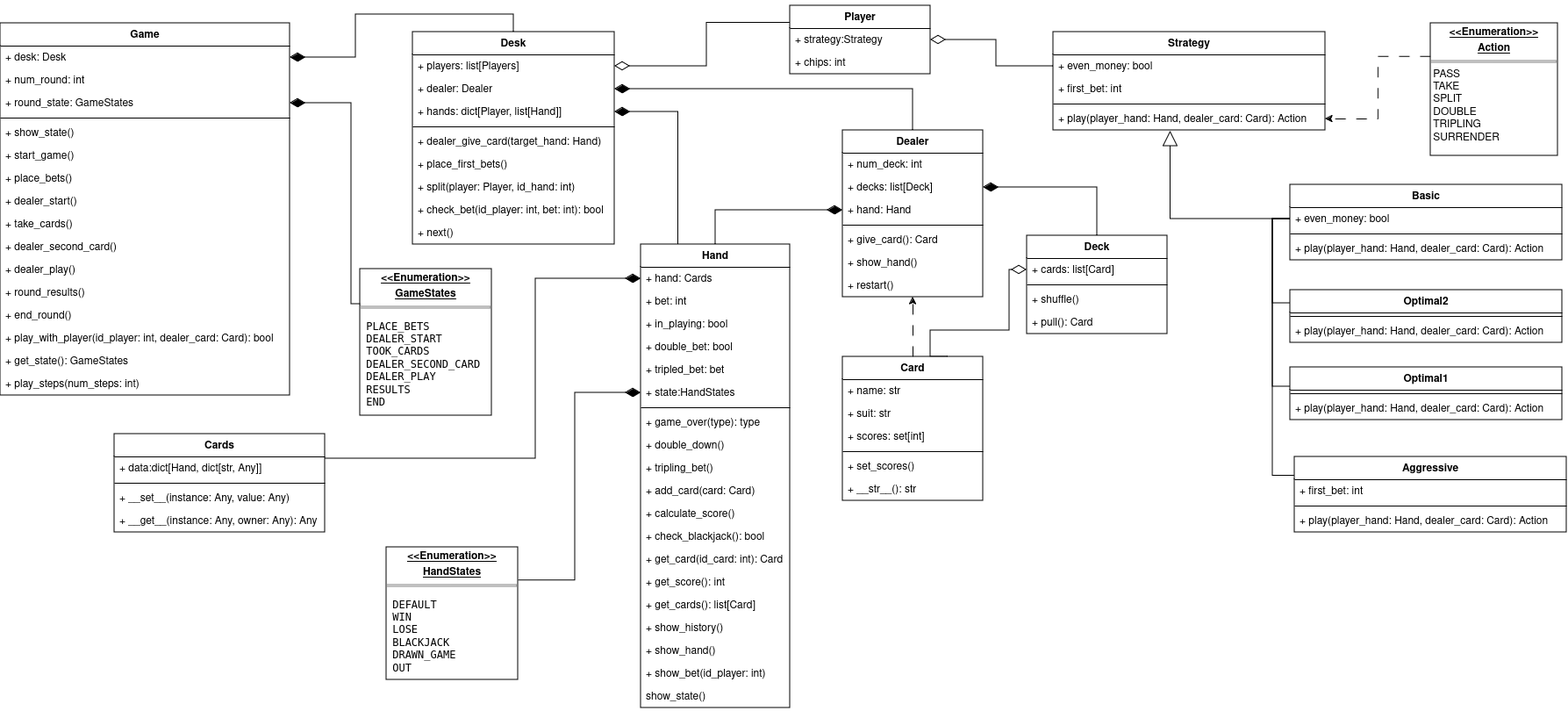
Earlier version of the draw.io export project/game/docs/UML.png (maxscherbakov/spbu-python-course). Source tidied: cells renumbered, new cells last; positions are measured from the earlier drawing's top-left corner, leaving out a move shared by most shapes.
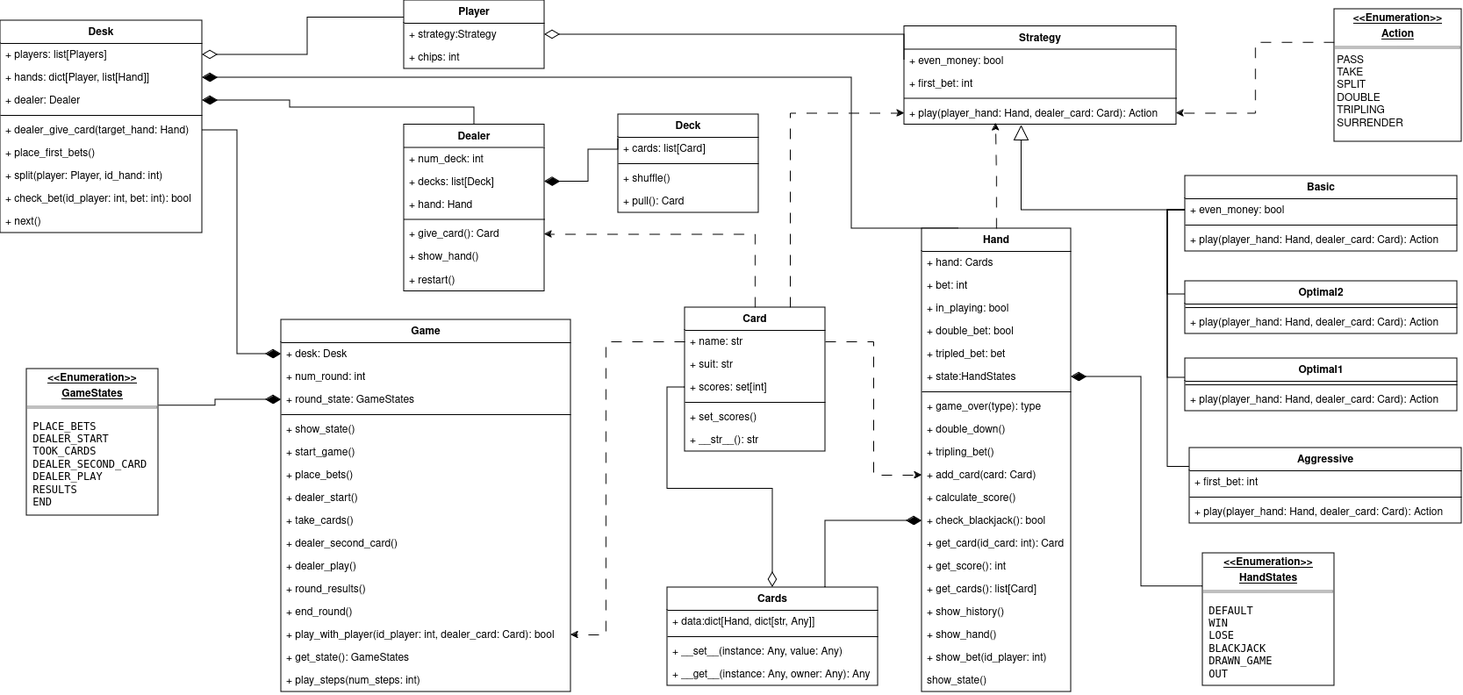
Above is the later version.

Commit message:
fix UML-diagram

The edit, as a diff of the source:
```diff
@@ -5,3 +5,3 @@
     <mxCell id="2" value="Player" style="swimlane;fontStyle=1;align=center;verticalAlign=top;horizontal=1;startSize=26;whiteSpace=wrap;html=1;fontColor=default;" parent="1" vertex="1">
-      <mxGeometry x="900" width="160" height="78" as="geometry" />
+      <mxGeometry x="1060" y="20" width="160" height="78" as="geometry" />
     </mxCell>
@@ -14,6 +14,12 @@
     <mxCell id="5" style="edgeStyle=orthogonalEdgeStyle;rounded=0;jettySize=auto;html=1;exitX=0.5;exitY=0;exitDx=0;exitDy=0;entryX=1;entryY=0.5;entryDx=0;entryDy=0;endArrow=diamondThin;endFill=1;endSize=15;" parent="1" edge="1" source="6" target="72">
-      <mxGeometry relative="1" as="geometry" />
+      <mxGeometry relative="1" as="geometry">
+        <Array as="points">
+          <mxPoint x="1140" y="142" />
+          <mxPoint x="930" y="142" />
+          <mxPoint x="930" y="134" />
+        </Array>
+      </mxGeometry>
     </mxCell>
     <mxCell id="6" value="&lt;div&gt;Dealer&lt;/div&gt;" style="swimlane;fontStyle=1;align=center;verticalAlign=top;horizontal=1;startSize=26;whiteSpace=wrap;html=1;fontColor=default;" parent="1" vertex="1">
-      <mxGeometry x="960" y="142" width="160" height="190" as="geometry" />
+      <mxGeometry x="1060" y="161.5" width="160" height="190" as="geometry" />
     </mxCell>
@@ -41,3 +47,3 @@
     <mxCell id="14" value="Strategy" style="swimlane;fontStyle=1;align=center;verticalAlign=top;horizontal=1;startSize=26;whiteSpace=wrap;html=1;fontColor=default;" parent="1" vertex="1">
-      <mxGeometry x="1200" y="30" width="310" height="112" as="geometry" />
+      <mxGeometry x="1630" y="49.5" width="310" height="112" as="geometry" />
     </mxCell>
@@ -55,12 +61,4 @@
     </mxCell>
-    <mxCell id="19" style="edgeStyle=orthogonalEdgeStyle;rounded=0;jettySize=auto;html=1;exitX=1;exitY=0.25;exitDx=0;exitDy=0;entryX=0;entryY=0.5;entryDx=0;entryDy=0;endArrow=diamondThin;endFill=1;endSize=15;" parent="1" edge="1" source="20" target="49">
-      <mxGeometry relative="1" as="geometry">
-        <Array as="points">
-          <mxPoint x="610" y="516" />
-          <mxPoint x="610" y="311" />
-        </Array>
-      </mxGeometry>
-    </mxCell>
     <mxCell id="20" value="&lt;div&gt;Cards&lt;/div&gt;" style="swimlane;fontStyle=1;align=center;verticalAlign=top;horizontal=1;startSize=26;whiteSpace=wrap;html=1;fontColor=default;" parent="1" vertex="1">
-      <mxGeometry x="130" y="488" width="240" height="112" as="geometry" />
+      <mxGeometry x="1360" y="689" width="240" height="112" as="geometry" />
     </mxCell>
@@ -78,16 +76,10 @@
     </mxCell>
-    <mxCell id="25" style="edgeStyle=orthogonalEdgeStyle;rounded=0;jettySize=auto;html=1;exitX=0.5;exitY=0;exitDx=0;exitDy=0;entryX=0.5;entryY=1;entryDx=0;entryDy=0;dashed=1;dashPattern=12 12;" parent="1" edge="1" source="27" target="6">
+    <mxCell id="25" style="edgeStyle=orthogonalEdgeStyle;rounded=0;jettySize=auto;html=1;exitX=0.5;exitY=0;exitDx=0;exitDy=0;entryX=1;entryY=0.5;entryDx=0;entryDy=0;dashed=1;dashPattern=12 12;" parent="1" edge="1" source="27" target="11">
       <mxGeometry relative="1" as="geometry" />
     </mxCell>
-    <mxCell id="26" style="edgeStyle=orthogonalEdgeStyle;rounded=0;jettySize=auto;html=1;exitX=0.75;exitY=0;exitDx=0;exitDy=0;entryX=0;entryY=0.5;entryDx=0;entryDy=0;endArrow=diamondThin;endFill=0;endSize=15;" parent="1" edge="1" source="27" target="42">
-      <mxGeometry relative="1" as="geometry">
-        <Array as="points">
-          <mxPoint x="1060" y="370" />
-          <mxPoint x="1150" y="370" />
-          <mxPoint x="1150" y="301" />
-        </Array>
-      </mxGeometry>
-    </mxCell>
+    <mxCell id="118" style="edgeStyle=orthogonalEdgeStyle;rounded=0;jettySize=auto;html=1;exitX=0.75;exitY=0;exitDx=0;exitDy=0;entryX=0;entryY=0.5;entryDx=0;entryDy=0;dashed=1;dashPattern=12 12;" parent="1" edge="1" source="27" target="18">
+      <mxGeometry relative="1" as="geometry" />
+    </mxCell>
     <mxCell id="27" value="Card" style="swimlane;fontStyle=1;align=center;verticalAlign=top;horizontal=1;startSize=26;whiteSpace=wrap;html=1;fontColor=default;" parent="1" vertex="1">
-      <mxGeometry x="960" y="400" width="160" height="164" as="geometry" />
+      <mxGeometry x="1380" y="370" width="160" height="164" as="geometry" />
     </mxCell>
@@ -115,5 +107,5 @@
     <mxCell id="35" value="&lt;p style=&quot;margin:0px;margin-top:4px;text-align:center;text-decoration:underline;&quot;&gt;&lt;b&gt;&amp;lt;&amp;lt;Enumeration&amp;gt;&amp;gt;&lt;/b&gt;&lt;/p&gt;&lt;p style=&quot;margin:0px;margin-top:4px;text-align:center;text-decoration:underline;&quot;&gt;&lt;b&gt;Action&lt;/b&gt;&lt;/p&gt;&lt;hr style=&quot;border-style:solid;&quot; size=&quot;1&quot;&gt;&lt;div&gt;&amp;nbsp;PASS &lt;br&gt;&lt;/div&gt;&lt;div&gt;&amp;nbsp;TAKE &lt;br&gt;&lt;/div&gt;&lt;div&gt;&amp;nbsp;SPLIT &lt;br&gt;&lt;/div&gt;&lt;div&gt;&amp;nbsp;DOUBLE &lt;br&gt;&lt;/div&gt;&lt;div&gt;&amp;nbsp;TRIPLING &lt;br&gt;&lt;/div&gt;&lt;div&gt;&amp;nbsp;SURRENDER &lt;br&gt;&lt;/div&gt;" style="verticalAlign=top;align=left;overflow=fill;html=1;whiteSpace=wrap;fontColor=default;" parent="1" vertex="1">
-      <mxGeometry x="1630" y="20" width="145" height="151" as="geometry" />
+      <mxGeometry x="2120" y="30" width="145" height="151" as="geometry" />
     </mxCell>
-    <mxCell id="36" style="edgeStyle=orthogonalEdgeStyle;rounded=0;jettySize=auto;html=1;exitX=1;exitY=0.25;exitDx=0;exitDy=0;entryX=0;entryY=0.5;entryDx=0;entryDy=0;endArrow=diamondThin;endFill=1;endSize=15;" parent="1" edge="1" source="37" target="54">
+    <mxCell id="36" style="edgeStyle=orthogonalEdgeStyle;rounded=0;jettySize=auto;html=1;exitX=0;exitY=0.25;exitDx=0;exitDy=0;entryX=1;entryY=0.5;entryDx=0;entryDy=0;endArrow=diamondThin;endFill=1;endSize=15;" parent="1" edge="1" source="37" target="54">
       <mxGeometry relative="1" as="geometry" />
@@ -121,20 +113,16 @@
     <mxCell id="37" value="&lt;p style=&quot;margin:0px;margin-top:4px;text-align:center;text-decoration:underline;&quot;&gt;&lt;b&gt;&amp;lt;&amp;lt;Enumeration&amp;gt;&amp;gt;&lt;/b&gt;&lt;/p&gt;&lt;p style=&quot;margin:0px;margin-top:4px;text-align:center;text-decoration:underline;&quot;&gt;&lt;b&gt;HandStates&lt;/b&gt;&lt;br&gt;&lt;/p&gt;&lt;hr style=&quot;border-style:solid;&quot; size=&quot;1&quot;&gt;&lt;div style=&quot;&quot;&gt;&lt;pre style=&quot;font-family:'Fira Code',monospace;font-size:11,3pt;&quot;&gt;&lt;font&gt; DEFAULT&lt;br&gt; WIN &lt;br&gt; LOSE&lt;br&gt; BLACKJACK&lt;br&gt; DRAWN_GAME&lt;br&gt; OUT&lt;br&gt;&lt;/font&gt;&lt;/pre&gt;&lt;/div&gt;" style="verticalAlign=top;align=left;overflow=fill;html=1;whiteSpace=wrap;fontColor=default;" parent="1" vertex="1">
-      <mxGeometry x="440" y="617" width="150" height="151" as="geometry" />
+      <mxGeometry x="1970" y="650" width="150" height="151" as="geometry" />
     </mxCell>
-    <mxCell id="38" style="edgeStyle=orthogonalEdgeStyle;rounded=0;jettySize=auto;html=1;exitX=0;exitY=0.25;exitDx=0;exitDy=0;entryX=1;entryY=0.5;entryDx=0;entryDy=0;endArrow=diamondThin;endFill=1;endSize=15;" parent="1" edge="1" source="39" target="83">
-      <mxGeometry relative="1" as="geometry">
-        <Array as="points">
-          <mxPoint x="470" y="340" />
-          <mxPoint x="400" y="340" />
-          <mxPoint x="400" y="111" />
-        </Array>
-      </mxGeometry>
+    <mxCell id="38" style="edgeStyle=orthogonalEdgeStyle;rounded=0;jettySize=auto;html=1;exitX=1;exitY=0.25;exitDx=0;exitDy=0;entryX=0;entryY=0.5;entryDx=0;entryDy=0;endArrow=diamondThin;endFill=1;endSize=15;" parent="1" edge="1" source="39" target="83">
+      <mxGeometry relative="1" as="geometry" />
     </mxCell>
     <mxCell id="39" value="&lt;p style=&quot;margin:0px;margin-top:4px;text-align:center;text-decoration:underline;&quot;&gt;&lt;b&gt;&amp;lt;&amp;lt;Enumeration&amp;gt;&amp;gt;&lt;/b&gt;&lt;/p&gt;&lt;p style=&quot;margin:0px;margin-top:4px;text-align:center;text-decoration:underline;&quot;&gt;&lt;b&gt;GameStates&lt;/b&gt;&lt;br&gt;&lt;/p&gt;&lt;hr style=&quot;border-style:solid;&quot; size=&quot;1&quot;&gt;&lt;div style=&quot;&quot;&gt;&lt;div&gt;&lt;pre style=&quot;font-family:'Fira Code',monospace;font-size:11,3pt;&quot;&gt;&lt;font&gt; PLACE_BETS&lt;br&gt; DEALER_START&lt;br&gt; TOOK_CARDS&lt;br&gt; DEALER_SECOND_CARD&lt;br&gt; DEALER_PLAY&lt;br&gt; RESULTS&lt;br&gt; END&lt;/font&gt;&lt;/pre&gt;&lt;/div&gt;&lt;/div&gt;" style="verticalAlign=top;align=left;overflow=fill;html=1;whiteSpace=wrap;fontColor=default;" parent="1" vertex="1">
-      <mxGeometry x="410" y="300" width="150" height="167" as="geometry" />
+      <mxGeometry x="630" y="440" width="150" height="167" as="geometry" />
     </mxCell>
-    <mxCell id="40" style="edgeStyle=orthogonalEdgeStyle;rounded=0;jettySize=auto;html=1;exitX=0.5;exitY=0;exitDx=0;exitDy=0;endArrow=diamondThin;endFill=1;endSize=15;entryX=1;entryY=0.5;entryDx=0;entryDy=0;" parent="1" edge="1" source="41" target="8">
+    <mxCell id="40" style="edgeStyle=orthogonalEdgeStyle;rounded=0;jettySize=auto;html=1;exitX=0;exitY=0.25;exitDx=0;exitDy=0;endArrow=diamondThin;endFill=1;endSize=15;entryX=1;entryY=0.5;entryDx=0;entryDy=0;" parent="1" edge="1" source="41" target="8">
       <mxGeometry relative="1" as="geometry">
         <Array as="points">
-          <mxPoint x="1250" y="207" />
+          <mxPoint x="1304" y="190" />
+          <mxPoint x="1270" y="190" />
+          <mxPoint x="1270" y="226" />
         </Array>
@@ -142,25 +130,12 @@
     </mxCell>
-    <mxCell id="41" value="Deck" style="swimlane;fontStyle=1;align=center;verticalAlign=top;horizontal=1;startSize=26;whiteSpace=wrap;html=1;fontColor=default;" parent="1" vertex="1">
-      <mxGeometry x="1170" y="262" width="160" height="112" as="geometry" />
-    </mxCell>
-    <mxCell id="42" value="+ cards: list[Card]" style="text;strokeColor=none;fillColor=none;align=left;verticalAlign=top;spacingLeft=4;spacingRight=4;overflow=hidden;points=[[0,0.5],[1,0.5]];portConstraint=eastwest;whiteSpace=wrap;html=1;fontColor=default;" parent="41" vertex="1">
-      <mxGeometry y="26" width="160" height="26" as="geometry" />
-    </mxCell>
-    <mxCell id="43" style="line;strokeWidth=1;fillColor=none;align=left;verticalAlign=middle;spacingTop=-1;spacingLeft=3;spacingRight=3;labelPosition=right;strokeColor=inherit;fontColor=default;" parent="41" vertex="1">
-      <mxGeometry y="52" width="160" height="8" as="geometry" />
-    </mxCell>
-    <mxCell id="44" value="+ shuffle()" style="text;strokeColor=none;fillColor=none;align=left;verticalAlign=top;spacingLeft=4;spacingRight=4;overflow=hidden;whiteSpace=wrap;html=1;fontColor=default;" parent="41" vertex="1">
-      <mxGeometry y="60" width="160" height="26" as="geometry" />
-    </mxCell>
-    <mxCell id="45" value="+ pull(): Card" style="text;strokeColor=none;fillColor=none;align=left;verticalAlign=top;spacingLeft=4;spacingRight=4;overflow=hidden;whiteSpace=wrap;html=1;fontColor=default;" parent="41" vertex="1">
-      <mxGeometry y="86" width="160" height="26" as="geometry" />
-    </mxCell>
-    <mxCell id="46" style="edgeStyle=orthogonalEdgeStyle;rounded=0;jettySize=auto;html=1;exitX=0.5;exitY=0;exitDx=0;exitDy=0;entryX=0;entryY=0.5;entryDx=0;entryDy=0;endArrow=diamondThin;endFill=1;endSize=15;" parent="1" edge="1" source="48" target="9">
-      <mxGeometry relative="1" as="geometry" />
-    </mxCell>
     <mxCell id="47" style="edgeStyle=orthogonalEdgeStyle;rounded=0;jettySize=auto;html=1;exitX=0.25;exitY=0;exitDx=0;exitDy=0;entryX=1;entryY=0.5;entryDx=0;entryDy=0;endArrow=diamondThin;endFill=1;endSize=15;" parent="1" edge="1" source="48" target="73">
-      <mxGeometry relative="1" as="geometry" />
+      <mxGeometry relative="1" as="geometry">
+        <Array as="points">
+          <mxPoint x="1570" y="280" />
+          <mxPoint x="1570" y="108" />
+        </Array>
+      </mxGeometry>
     </mxCell>
     <mxCell id="48" value="Hand" style="swimlane;fontStyle=1;align=center;verticalAlign=top;horizontal=1;startSize=26;whiteSpace=wrap;html=1;fontColor=default;" parent="1" vertex="1">
-      <mxGeometry x="730" y="272" width="170" height="528" as="geometry" />
+      <mxGeometry x="1650" y="280" width="170" height="528" as="geometry" />
     </mxCell>
@@ -226,7 +201,4 @@
     </mxCell>
-    <mxCell id="69" style="edgeStyle=orthogonalEdgeStyle;rounded=0;jettySize=auto;html=1;exitX=0.5;exitY=0;exitDx=0;exitDy=0;entryX=1;entryY=0.5;entryDx=0;entryDy=0;endArrow=diamondThin;endFill=1;endSize=15;" parent="1" edge="1" source="70" target="81">
-      <mxGeometry relative="1" as="geometry" />
-    </mxCell>
     <mxCell id="70" value="Desk" style="swimlane;fontStyle=1;align=center;verticalAlign=top;horizontal=1;startSize=26;whiteSpace=wrap;html=1;" parent="1" vertex="1">
-      <mxGeometry x="470" y="30" width="230" height="242" as="geometry" />
+      <mxGeometry x="600" y="43" width="230" height="242" as="geometry" />
     </mxCell>
@@ -235,8 +207,8 @@
     </mxCell>
+    <mxCell id="73" value="+ hands: dict[Player, list[Hand]]" style="text;strokeColor=none;fillColor=none;align=left;verticalAlign=top;spacingLeft=4;spacingRight=4;overflow=hidden;points=[[0,0.5],[1,0.5]];portConstraint=eastwest;whiteSpace=wrap;html=1;" parent="70" vertex="1">
+      <mxGeometry y="52" width="230" height="26" as="geometry" />
+    </mxCell>
     <mxCell id="72" value="+ dealer: Dealer" style="text;strokeColor=none;fillColor=none;align=left;verticalAlign=top;spacingLeft=4;spacingRight=4;overflow=hidden;points=[[0,0.5],[1,0.5]];portConstraint=eastwest;whiteSpace=wrap;html=1;" parent="70" vertex="1">
-      <mxGeometry y="52" width="230" height="26" as="geometry" />
+      <mxGeometry y="78" width="230" height="26" as="geometry" />
     </mxCell>
-    <mxCell id="73" value="+ hands: dict[Player, list[Hand]]" style="text;strokeColor=none;fillColor=none;align=left;verticalAlign=top;spacingLeft=4;spacingRight=4;overflow=hidden;points=[[0,0.5],[1,0.5]];portConstraint=eastwest;whiteSpace=wrap;html=1;" parent="70" vertex="1">
-      <mxGeometry y="78" width="230" height="26" as="geometry" />
-    </mxCell>
     <mxCell id="74" style="line;strokeWidth=1;fillColor=none;align=left;verticalAlign=middle;spacingTop=-1;spacingLeft=3;spacingRight=3;labelPosition=right;strokeColor=inherit;" parent="70" vertex="1">
@@ -260,3 +232,3 @@
     <mxCell id="80" value="Game" style="swimlane;fontStyle=1;align=center;verticalAlign=top;horizontal=1;startSize=26;whiteSpace=wrap;html=1;" parent="1" vertex="1">
-      <mxGeometry y="20" width="330" height="424" as="geometry" />
+      <mxGeometry x="920" y="384" width="330" height="424" as="geometry" />
     </mxCell>
@@ -317,6 +289,10 @@
     <mxCell id="99" style="edgeStyle=orthogonalEdgeStyle;rounded=0;jettySize=auto;html=1;exitX=0;exitY=0.5;exitDx=0;exitDy=0;entryX=1;entryY=0.5;entryDx=0;entryDy=0;endArrow=diamondThin;endFill=0;endSize=15;" parent="1" edge="1" source="15" target="3">
-      <mxGeometry relative="1" as="geometry" />
+      <mxGeometry relative="1" as="geometry">
+        <Array as="points">
+          <mxPoint x="1630" y="59" />
+        </Array>
+      </mxGeometry>
     </mxCell>
     <mxCell id="100" style="group;" parent="1" vertex="1">
-      <mxGeometry x="1470" y="204" width="315" height="396" as="geometry" />
+      <mxGeometry x="1950" y="220" width="315" height="396" as="geometry" />
     </mxCell>
@@ -373,2 +349,42 @@
     </mxCell>
+    <mxCell id="41" value="Deck" style="swimlane;fontStyle=1;align=center;verticalAlign=top;horizontal=1;startSize=26;whiteSpace=wrap;html=1;fontColor=default;" parent="1" vertex="1">
+      <mxGeometry x="1304" y="150" width="160" height="112" as="geometry" />
+    </mxCell>
+    <mxCell id="42" value="+ cards: list[Card]" style="text;strokeColor=none;fillColor=none;align=left;verticalAlign=top;spacingLeft=4;spacingRight=4;overflow=hidden;points=[[0,0.5],[1,0.5]];portConstraint=eastwest;whiteSpace=wrap;html=1;fontColor=default;" parent="41" vertex="1">
+      <mxGeometry y="26" width="160" height="26" as="geometry" />
+    </mxCell>
+    <mxCell id="43" style="line;strokeWidth=1;fillColor=none;align=left;verticalAlign=middle;spacingTop=-1;spacingLeft=3;spacingRight=3;labelPosition=right;strokeColor=inherit;fontColor=default;" parent="41" vertex="1">
+      <mxGeometry y="52" width="160" height="8" as="geometry" />
+    </mxCell>
+    <mxCell id="44" value="+ shuffle()" style="text;strokeColor=none;fillColor=none;align=left;verticalAlign=top;spacingLeft=4;spacingRight=4;overflow=hidden;whiteSpace=wrap;html=1;fontColor=default;" parent="41" vertex="1">
+      <mxGeometry y="60" width="160" height="26" as="geometry" />
+    </mxCell>
+    <mxCell id="45" value="+ pull(): Card" style="text;strokeColor=none;fillColor=none;align=left;verticalAlign=top;spacingLeft=4;spacingRight=4;overflow=hidden;whiteSpace=wrap;html=1;fontColor=default;" parent="41" vertex="1">
+      <mxGeometry y="86" width="160" height="26" as="geometry" />
+    </mxCell>
+    <mxCell id="119" style="edgeStyle=orthogonalEdgeStyle;rounded=0;jettySize=auto;html=1;exitX=1;exitY=0.5;exitDx=0;exitDy=0;entryX=0;entryY=0.5;entryDx=0;entryDy=0;endArrow=diamondThin;endFill=1;endSize=15;" parent="1" edge="1" source="75" target="81">
+      <mxGeometry relative="1" as="geometry" />
+    </mxCell>
+    <mxCell id="120" style="edgeStyle=orthogonalEdgeStyle;rounded=0;jettySize=auto;html=1;exitX=0;exitY=0.5;exitDx=0;exitDy=0;entryX=1;entryY=0.5;entryDx=0;entryDy=0;dashed=1;dashPattern=12 12;" parent="1" edge="1" source="28" target="94">
+      <mxGeometry relative="1" as="geometry">
+        <Array as="points">
+          <mxPoint x="1290" y="409" />
+          <mxPoint x="1290" y="743" />
+        </Array>
+      </mxGeometry>
+    </mxCell>
+    <mxCell id="121" style="edgeStyle=orthogonalEdgeStyle;rounded=0;jettySize=auto;html=1;exitX=0;exitY=0.5;exitDx=0;exitDy=0;endArrow=diamondThin;endFill=0;endSize=15;" parent="1" edge="1" source="30" target="20">
+      <mxGeometry relative="1" as="geometry" />
+    </mxCell>
+    <mxCell id="122" style="edgeStyle=orthogonalEdgeStyle;rounded=0;jettySize=auto;html=1;exitX=0.75;exitY=0;exitDx=0;exitDy=0;entryX=0;entryY=0.5;entryDx=0;entryDy=0;endArrow=diamondThin;endFill=1;endSize=15;" parent="1" edge="1" source="20" target="61">
+      <mxGeometry relative="1" as="geometry" />
+    </mxCell>
+    <mxCell id="123" style="edgeStyle=orthogonalEdgeStyle;rounded=0;jettySize=auto;html=1;exitX=1;exitY=0.5;exitDx=0;exitDy=0;entryX=0;entryY=0.5;entryDx=0;entryDy=0;dashed=1;dashPattern=12 12;" parent="1" edge="1" source="28" target="59">
+      <mxGeometry relative="1" as="geometry" />
+    </mxCell>
+    <mxCell id="124" style="edgeStyle=orthogonalEdgeStyle;rounded=0;jettySize=auto;html=1;exitX=0.5;exitY=0;exitDx=0;exitDy=0;dashed=1;dashPattern=12 12;" parent="1" edge="1" source="48">
+      <mxGeometry relative="1" as="geometry">
+        <mxPoint x="1734" y="160" as="targetPoint" />
+      </mxGeometry>
+    </mxCell>
   </root>
```
